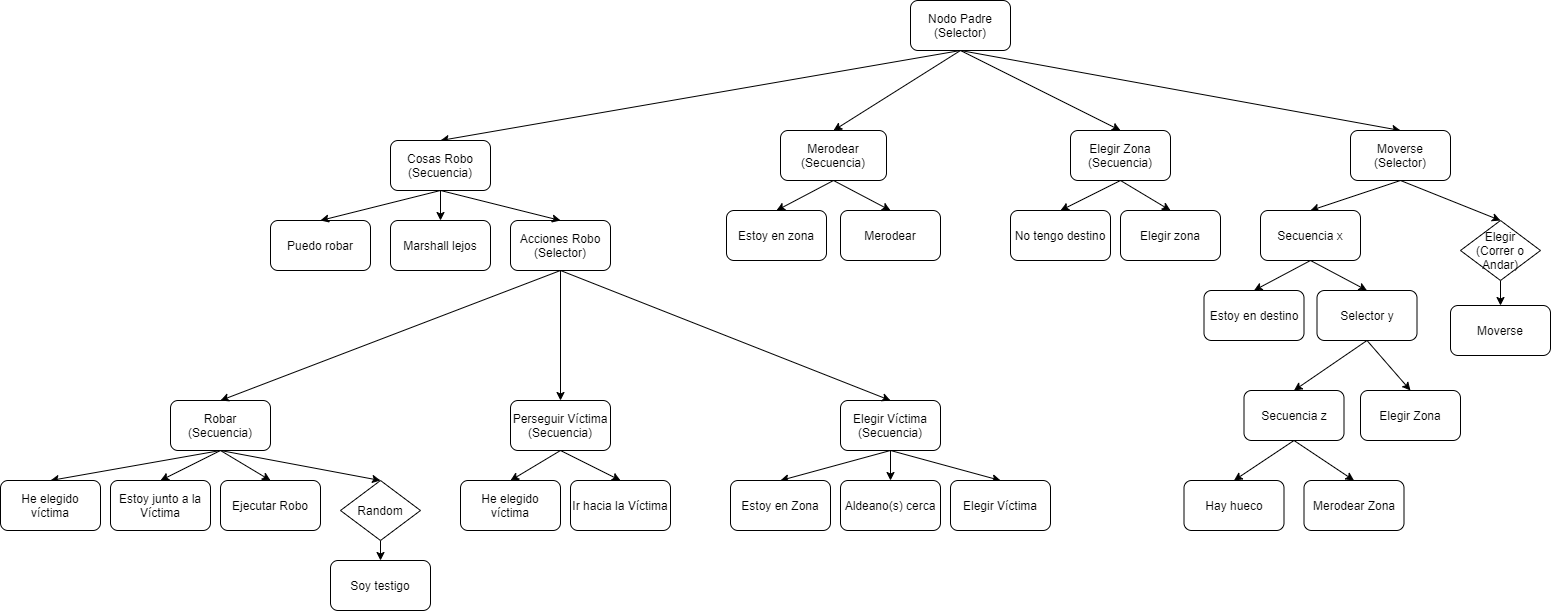
Above: Comportamiento de Personajes/Documentos/BehaviourTreeThief.png in lightningopal/Juegos-para-Web-y-Redes-Sociales---Unity (draw.io), before the change. Source tidied: cells renumbered, new cells last; positions are measured from the earlier drawing's top-left corner, leaving out a move shared by most shapes.
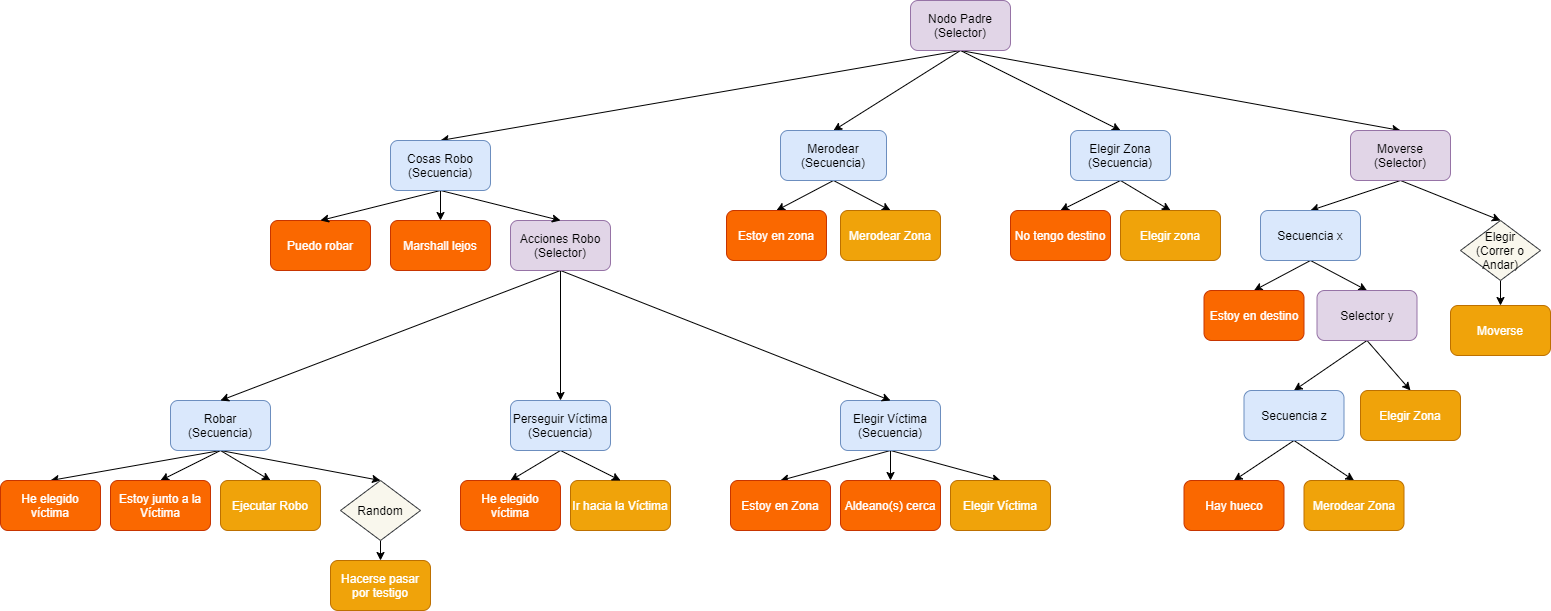
The same diagram one commit later.

Commit message:
[CDP] - Actualización de los árboles de comportamientos

Change to the diagram source:
```diff
@@ -14,7 +14,7 @@
     <mxCell id="5" style="edgeStyle=none;rounded=0;jettySize=auto;html=1;exitX=0.5;exitY=1;exitDx=0;exitDy=0;entryX=0.5;entryY=0;entryDx=0;entryDy=0;" parent="1" edge="1" source="6" target="52">
       <mxGeometry relative="1" as="geometry" />
     </mxCell>
-    <mxCell id="6" value="Nodo Padre&lt;br&gt;(Selector)" style="rounded=1;whiteSpace=wrap;html=1;" parent="1" vertex="1">
+    <mxCell id="6" value="Nodo Padre&lt;br&gt;(Selector)" style="rounded=1;whiteSpace=wrap;html=1;fillColor=#e1d5e7;strokeColor=#9673a6;" parent="1" vertex="1">
       <mxGeometry x="910" width="100" height="50" as="geometry" />
     </mxCell>
     <mxCell id="7" style="edgeStyle=none;rounded=0;jettySize=auto;html=1;exitX=0.5;exitY=1;exitDx=0;exitDy=0;entryX=0.5;entryY=0;entryDx=0;entryDy=0;" parent="1" edge="1" source="10" target="23">
@@ -26,7 +26,7 @@
     <mxCell id="9" style="edgeStyle=none;rounded=0;jettySize=auto;html=1;exitX=0.5;exitY=1;exitDx=0;exitDy=0;entryX=0.5;entryY=0;entryDx=0;entryDy=0;" parent="1" edge="1" source="10" target="21">
       <mxGeometry relative="1" as="geometry" />
     </mxCell>
-    <mxCell id="10" value="Elegir Víctima&lt;br&gt;(Secuencia)" style="rounded=1;whiteSpace=wrap;html=1;" parent="1" vertex="1">
+    <mxCell id="10" value="Elegir Víctima&lt;br&gt;(Secuencia)" style="rounded=1;whiteSpace=wrap;html=1;fillColor=#dae8fc;strokeColor=#6c8ebf;" parent="1" vertex="1">
       <mxGeometry x="840" y="400" width="100" height="50" as="geometry" />
     </mxCell>
     <mxCell id="11" style="edgeStyle=none;rounded=0;jettySize=auto;html=1;exitX=0.5;exitY=1;exitDx=0;exitDy=0;entryX=0.5;entryY=0;entryDx=0;entryDy=0;" parent="1" edge="1" source="13" target="17">
@@ -35,7 +35,7 @@
     <mxCell id="12" style="edgeStyle=none;rounded=0;jettySize=auto;html=1;exitX=0.5;exitY=1;exitDx=0;exitDy=0;entryX=0.5;entryY=0;entryDx=0;entryDy=0;" parent="1" edge="1" source="13" target="18">
       <mxGeometry relative="1" as="geometry" />
     </mxCell>
-    <mxCell id="13" value="Merodear&lt;br&gt;(Secuencia)" style="rounded=1;whiteSpace=wrap;html=1;" parent="1" vertex="1">
+    <mxCell id="13" value="Merodear&lt;br&gt;(Secuencia)" style="rounded=1;whiteSpace=wrap;html=1;fillColor=#dae8fc;strokeColor=#6c8ebf;" parent="1" vertex="1">
       <mxGeometry x="780" y="130" width="106" height="50" as="geometry" />
     </mxCell>
     <mxCell id="14" style="edgeStyle=none;rounded=0;jettySize=auto;html=1;exitX=0.5;exitY=1;exitDx=0;exitDy=0;entryX=0.5;entryY=0;entryDx=0;entryDy=0;" parent="1" edge="1" source="16" target="19">
@@ -44,34 +44,34 @@
     <mxCell id="15" style="edgeStyle=none;rounded=0;jettySize=auto;html=1;exitX=0.5;exitY=1;exitDx=0;exitDy=0;entryX=0.5;entryY=0;entryDx=0;entryDy=0;" parent="1" edge="1" source="16" target="20">
       <mxGeometry relative="1" as="geometry" />
     </mxCell>
-    <mxCell id="16" value="Elegir Zona&lt;br&gt;(Secuencia)" style="rounded=1;whiteSpace=wrap;html=1;" parent="1" vertex="1">
+    <mxCell id="16" value="Elegir Zona&lt;br&gt;(Secuencia)" style="rounded=1;whiteSpace=wrap;html=1;fillColor=#dae8fc;strokeColor=#6c8ebf;" parent="1" vertex="1">
       <mxGeometry x="1070" y="130" width="100" height="50" as="geometry" />
     </mxCell>
-    <mxCell id="17" value="Estoy en zona" style="rounded=1;whiteSpace=wrap;html=1;" parent="1" vertex="1">
+    <mxCell id="17" value="Estoy en zona" style="rounded=1;whiteSpace=wrap;html=1;fillColor=#fa6800;strokeColor=#C73500;fontColor=#ffffff;" parent="1" vertex="1">
       <mxGeometry x="726" y="210" width="100" height="50" as="geometry" />
     </mxCell>
-    <mxCell id="18" value="Merodear" style="rounded=1;whiteSpace=wrap;html=1;" parent="1" vertex="1">
+    <mxCell id="18" value="Merodear Zona" style="rounded=1;whiteSpace=wrap;html=1;fillColor=#f0a30a;strokeColor=#BD7000;fontColor=#ffffff;" parent="1" vertex="1">
       <mxGeometry x="840" y="210" width="100" height="50" as="geometry" />
     </mxCell>
-    <mxCell id="19" value="No tengo destino" style="rounded=1;whiteSpace=wrap;html=1;" parent="1" vertex="1">
+    <mxCell id="19" value="No tengo destino" style="rounded=1;whiteSpace=wrap;html=1;fillColor=#fa6800;strokeColor=#C73500;fontColor=#ffffff;" parent="1" vertex="1">
       <mxGeometry x="1010" y="210" width="100" height="50" as="geometry" />
     </mxCell>
-    <mxCell id="20" value="Elegir zona" style="rounded=1;whiteSpace=wrap;html=1;" parent="1" vertex="1">
+    <mxCell id="20" value="Elegir zona" style="rounded=1;whiteSpace=wrap;html=1;fillColor=#f0a30a;strokeColor=#BD7000;fontColor=#ffffff;" parent="1" vertex="1">
       <mxGeometry x="1120" y="210" width="100" height="50" as="geometry" />
     </mxCell>
-    <mxCell id="21" value="Elegir Víctima" style="rounded=1;whiteSpace=wrap;html=1;" parent="1" vertex="1">
+    <mxCell id="21" value="Elegir Víctima" style="rounded=1;whiteSpace=wrap;html=1;fillColor=#f0a30a;strokeColor=#BD7000;fontColor=#ffffff;" parent="1" vertex="1">
       <mxGeometry x="950" y="480" width="100" height="50" as="geometry" />
     </mxCell>
-    <mxCell id="22" value="Ir hacia la Víctima" style="rounded=1;whiteSpace=wrap;html=1;" parent="1" vertex="1">
+    <mxCell id="22" value="Ir hacia la Víctima" style="rounded=1;whiteSpace=wrap;html=1;fillColor=#f0a30a;strokeColor=#BD7000;fontColor=#ffffff;" parent="1" vertex="1">
       <mxGeometry x="570" y="480" width="100" height="50" as="geometry" />
     </mxCell>
-    <mxCell id="23" value="Estoy en Zona" style="rounded=1;whiteSpace=wrap;html=1;" parent="1" vertex="1">
+    <mxCell id="23" value="Estoy en Zona" style="rounded=1;whiteSpace=wrap;html=1;fillColor=#fa6800;strokeColor=#C73500;fontColor=#ffffff;" parent="1" vertex="1">
       <mxGeometry x="730" y="480" width="100" height="50" as="geometry" />
     </mxCell>
-    <mxCell id="24" value="Soy testigo" style="rounded=1;whiteSpace=wrap;html=1;" parent="1" vertex="1">
+    <mxCell id="24" value="Hacerse pasar por testigo" style="rounded=1;whiteSpace=wrap;html=1;fillColor=#f0a30a;strokeColor=#BD7000;fontColor=#ffffff;" parent="1" vertex="1">
       <mxGeometry x="330" y="560" width="100" height="50" as="geometry" />
     </mxCell>
-    <mxCell id="25" value="Aldeano(s) cerca" style="rounded=1;whiteSpace=wrap;html=1;" parent="1" vertex="1">
+    <mxCell id="25" value="Aldeano(s) cerca" style="rounded=1;whiteSpace=wrap;html=1;fillColor=#fa6800;strokeColor=#C73500;fontColor=#ffffff;" parent="1" vertex="1">
       <mxGeometry x="840" y="480" width="100" height="50" as="geometry" />
     </mxCell>
     <mxCell id="26" style="edgeStyle=none;rounded=0;jettySize=auto;html=1;exitX=0.5;exitY=1;exitDx=0;exitDy=0;entryX=0.5;entryY=0;entryDx=0;entryDy=0;" parent="1" edge="1" source="28" target="36">
@@ -80,7 +80,7 @@
     <mxCell id="27" style="edgeStyle=none;rounded=0;jettySize=auto;html=1;exitX=0.5;exitY=1;exitDx=0;exitDy=0;entryX=0.5;entryY=0;entryDx=0;entryDy=0;" parent="1" edge="1" source="28" target="22">
       <mxGeometry relative="1" as="geometry" />
     </mxCell>
-    <mxCell id="28" value="Perseguir Víctima&lt;br&gt;(Secuencia)" style="rounded=1;whiteSpace=wrap;html=1;" parent="1" vertex="1">
+    <mxCell id="28" value="Perseguir Víctima&lt;br&gt;(Secuencia)" style="rounded=1;whiteSpace=wrap;html=1;fillColor=#dae8fc;strokeColor=#6c8ebf;" parent="1" vertex="1">
       <mxGeometry x="510" y="400" width="100" height="50" as="geometry" />
     </mxCell>
     <mxCell id="29" style="edgeStyle=none;rounded=0;jettySize=auto;html=1;exitX=0.5;exitY=1;exitDx=0;exitDy=0;entryX=0.5;entryY=0;entryDx=0;entryDy=0;" parent="1" edge="1" source="33" target="49">
@@ -95,19 +95,19 @@
     <mxCell id="32" style="edgeStyle=none;rounded=0;jettySize=auto;html=1;exitX=0.5;exitY=1;exitDx=0;exitDy=0;entryX=0.5;entryY=0;entryDx=0;entryDy=0;" parent="1" edge="1" source="33" target="47">
       <mxGeometry relative="1" as="geometry" />
     </mxCell>
-    <mxCell id="33" value="Robar&lt;br&gt;(Secuencia)" style="rounded=1;whiteSpace=wrap;html=1;" parent="1" vertex="1">
+    <mxCell id="33" value="Robar&lt;br&gt;(Secuencia)" style="rounded=1;whiteSpace=wrap;html=1;fillColor=#dae8fc;strokeColor=#6c8ebf;" parent="1" vertex="1">
       <mxGeometry x="170" y="400" width="100" height="50" as="geometry" />
     </mxCell>
-    <mxCell id="34" value="Estoy junto a la Víctima" style="rounded=1;whiteSpace=wrap;html=1;" parent="1" vertex="1">
+    <mxCell id="34" value="Estoy junto a la Víctima" style="rounded=1;whiteSpace=wrap;html=1;fillColor=#fa6800;strokeColor=#C73500;fontColor=#ffffff;" parent="1" vertex="1">
       <mxGeometry x="110" y="480" width="100" height="50" as="geometry" />
     </mxCell>
-    <mxCell id="35" value="Ejecutar Robo" style="rounded=1;whiteSpace=wrap;html=1;" parent="1" vertex="1">
+    <mxCell id="35" value="Ejecutar Robo" style="rounded=1;whiteSpace=wrap;html=1;fillColor=#f0a30a;strokeColor=#BD7000;fontColor=#ffffff;" parent="1" vertex="1">
       <mxGeometry x="220" y="480" width="100" height="50" as="geometry" />
     </mxCell>
-    <mxCell id="36" value="He elegido víctima" style="rounded=1;whiteSpace=wrap;html=1;" parent="1" vertex="1">
+    <mxCell id="36" value="He elegido víctima" style="rounded=1;whiteSpace=wrap;html=1;fillColor=#fa6800;strokeColor=#C73500;fontColor=#ffffff;" parent="1" vertex="1">
       <mxGeometry x="460" y="480" width="100" height="50" as="geometry" />
     </mxCell>
-    <mxCell id="37" value="Puedo robar" style="rounded=1;whiteSpace=wrap;html=1;" parent="1" vertex="1">
+    <mxCell id="37" value="Puedo robar" style="rounded=1;whiteSpace=wrap;html=1;fillColor=#fa6800;strokeColor=#C73500;fontColor=#ffffff;" parent="1" vertex="1">
       <mxGeometry x="270" y="220" width="100" height="50" as="geometry" />
     </mxCell>
     <mxCell id="38" style="edgeStyle=none;rounded=0;jettySize=auto;html=1;exitX=0.5;exitY=1;exitDx=0;exitDy=0;entryX=0.5;entryY=0;entryDx=0;entryDy=0;" parent="1" edge="1" source="41" target="33">
@@ -119,7 +119,7 @@
     <mxCell id="40" style="edgeStyle=none;rounded=0;jettySize=auto;html=1;exitX=0.5;exitY=1;exitDx=0;exitDy=0;entryX=0.5;entryY=0;entryDx=0;entryDy=0;" parent="1" edge="1" source="41" target="10">
       <mxGeometry relative="1" as="geometry" />
     </mxCell>
-    <mxCell id="41" value="Acciones Robo&lt;br&gt;(Selector)" style="rounded=1;whiteSpace=wrap;html=1;" parent="1" vertex="1">
+    <mxCell id="41" value="Acciones Robo&lt;br&gt;(Selector)" style="rounded=1;whiteSpace=wrap;html=1;fillColor=#e1d5e7;strokeColor=#9673a6;" parent="1" vertex="1">
       <mxGeometry x="510" y="220" width="100" height="50" as="geometry" />
     </mxCell>
     <mxCell id="42" style="edgeStyle=none;rounded=0;jettySize=auto;html=1;exitX=0.5;exitY=1;exitDx=0;exitDy=0;entryX=0.5;entryY=0;entryDx=0;entryDy=0;" parent="1" edge="1" source="45" target="37">
@@ -131,19 +131,19 @@
     <mxCell id="44" style="edgeStyle=none;rounded=0;jettySize=auto;html=1;exitX=0.5;exitY=1;exitDx=0;exitDy=0;entryX=0.5;entryY=0;entryDx=0;entryDy=0;" parent="1" edge="1" source="45" target="41">
       <mxGeometry relative="1" as="geometry" />
     </mxCell>
-    <mxCell id="45" value="Cosas Robo&lt;br&gt;(Secuencia)" style="rounded=1;whiteSpace=wrap;html=1;" parent="1" vertex="1">
+    <mxCell id="45" value="Cosas Robo&lt;br&gt;(Secuencia)" style="rounded=1;whiteSpace=wrap;html=1;fillColor=#dae8fc;strokeColor=#6c8ebf;" parent="1" vertex="1">
       <mxGeometry x="390" y="140" width="100" height="50" as="geometry" />
     </mxCell>
-    <mxCell id="46" value="Marshall lejos" style="rounded=1;whiteSpace=wrap;html=1;" parent="1" vertex="1">
+    <mxCell id="46" value="Marshall lejos" style="rounded=1;whiteSpace=wrap;html=1;fillColor=#fa6800;strokeColor=#C73500;fontColor=#ffffff;" parent="1" vertex="1">
       <mxGeometry x="390" y="220" width="100" height="50" as="geometry" />
     </mxCell>
-    <mxCell id="47" value="He elegido víctima" style="rounded=1;whiteSpace=wrap;html=1;" parent="1" vertex="1">
+    <mxCell id="47" value="He elegido víctima" style="rounded=1;whiteSpace=wrap;html=1;fillColor=#fa6800;strokeColor=#C73500;fontColor=#ffffff;" parent="1" vertex="1">
       <mxGeometry y="480" width="100" height="50" as="geometry" />
     </mxCell>
     <mxCell id="48" style="edgeStyle=orthogonalEdgeStyle;rounded=0;jettySize=auto;html=1;exitX=0.5;exitY=1;exitDx=0;exitDy=0;entryX=0.5;entryY=0;entryDx=0;entryDy=0;" parent="1" edge="1" source="49" target="24">
       <mxGeometry relative="1" as="geometry" />
     </mxCell>
-    <mxCell id="49" value="Random" style="rhombus;whiteSpace=wrap;html=1;" parent="1" vertex="1">
+    <mxCell id="49" value="Random" style="rhombus;whiteSpace=wrap;html=1;fillColor=#f9f7ed;strokeColor=#36393d;" parent="1" vertex="1">
       <mxGeometry x="340" y="480" width="80" height="60" as="geometry" />
     </mxCell>
     <mxCell id="50" style="edgeStyle=none;rounded=0;jettySize=auto;html=1;exitX=0.5;exitY=1;exitDx=0;exitDy=0;entryX=0.5;entryY=0;entryDx=0;entryDy=0;" parent="1" edge="1" source="52" target="57">
@@ -152,7 +152,7 @@
     <mxCell id="51" style="edgeStyle=none;rounded=0;jettySize=auto;html=1;exitX=0.5;exitY=1;exitDx=0;exitDy=0;entryX=0.5;entryY=0;entryDx=0;entryDy=0;" parent="1" edge="1" source="52" target="55">
       <mxGeometry relative="1" as="geometry" />
     </mxCell>
-    <mxCell id="52" value="Moverse&lt;br&gt;(Selector)" style="rounded=1;whiteSpace=wrap;html=1;" parent="1" vertex="1">
+    <mxCell id="52" value="Moverse&lt;br&gt;(Selector)" style="rounded=1;whiteSpace=wrap;html=1;fillColor=#e1d5e7;strokeColor=#9673a6;" parent="1" vertex="1">
       <mxGeometry x="1350" y="130" width="100" height="50" as="geometry" />
     </mxCell>
     <mxCell id="53" style="edgeStyle=none;rounded=0;jettySize=auto;html=1;exitX=0.5;exitY=1;exitDx=0;exitDy=0;entryX=0.5;entryY=0;entryDx=0;entryDy=0;" parent="1" edge="1" source="55" target="58">
@@ -161,16 +161,16 @@
     <mxCell id="54" style="edgeStyle=none;rounded=0;jettySize=auto;html=1;exitX=0.5;exitY=1;exitDx=0;exitDy=0;entryX=0.5;entryY=0;entryDx=0;entryDy=0;" parent="1" edge="1" source="55" target="61">
       <mxGeometry relative="1" as="geometry" />
     </mxCell>
-    <mxCell id="55" value="Secuencia x" style="rounded=1;whiteSpace=wrap;html=1;" parent="1" vertex="1">
+    <mxCell id="55" value="Secuencia x" style="rounded=1;whiteSpace=wrap;html=1;fillColor=#dae8fc;strokeColor=#6c8ebf;" parent="1" vertex="1">
       <mxGeometry x="1260" y="210" width="100" height="50" as="geometry" />
     </mxCell>
     <mxCell id="56" style="edgeStyle=orthogonalEdgeStyle;rounded=0;jettySize=auto;html=1;exitX=0.5;exitY=1;exitDx=0;exitDy=0;entryX=0.5;entryY=0;entryDx=0;entryDy=0;" parent="1" edge="1" source="57" target="62">
       <mxGeometry relative="1" as="geometry" />
     </mxCell>
-    <mxCell id="57" value="Elegir&lt;br&gt;(Correr o Andar)" style="rhombus;whiteSpace=wrap;html=1;" parent="1" vertex="1">
+    <mxCell id="57" value="Elegir&lt;br&gt;(Correr o Andar)" style="rhombus;whiteSpace=wrap;html=1;fillColor=#f9f7ed;strokeColor=#36393d;" parent="1" vertex="1">
       <mxGeometry x="1460" y="220" width="80" height="60" as="geometry" />
     </mxCell>
-    <mxCell id="58" value="Estoy en destino" style="rounded=1;whiteSpace=wrap;html=1;" parent="1" vertex="1">
+    <mxCell id="58" value="Estoy en destino" style="rounded=1;whiteSpace=wrap;html=1;fillColor=#fa6800;strokeColor=#C73500;fontColor=#ffffff;" parent="1" vertex="1">
       <mxGeometry x="1203.5" y="290" width="100" height="50" as="geometry" />
     </mxCell>
     <mxCell id="59" style="edgeStyle=none;rounded=0;jettySize=auto;html=1;exitX=0.5;exitY=1;exitDx=0;exitDy=0;entryX=0.5;entryY=0;entryDx=0;entryDy=0;" parent="1" edge="1" source="61" target="65">
@@ -179,10 +179,10 @@
     <mxCell id="60" style="edgeStyle=none;rounded=0;jettySize=auto;html=1;exitX=0.5;exitY=1;exitDx=0;exitDy=0;entryX=0.5;entryY=0;entryDx=0;entryDy=0;" parent="1" edge="1" source="61" target="66">
       <mxGeometry relative="1" as="geometry" />
     </mxCell>
-    <mxCell id="61" value="Selector y" style="rounded=1;whiteSpace=wrap;html=1;" parent="1" vertex="1">
+    <mxCell id="61" value="Selector y" style="rounded=1;whiteSpace=wrap;html=1;fillColor=#e1d5e7;strokeColor=#9673a6;" parent="1" vertex="1">
       <mxGeometry x="1316.5" y="290" width="100" height="50" as="geometry" />
     </mxCell>
-    <mxCell id="62" value="Moverse" style="rounded=1;whiteSpace=wrap;html=1;" parent="1" vertex="1">
+    <mxCell id="62" value="Moverse" style="rounded=1;whiteSpace=wrap;html=1;fillColor=#f0a30a;strokeColor=#BD7000;fontColor=#ffffff;" parent="1" vertex="1">
       <mxGeometry x="1450" y="305" width="100" height="50" as="geometry" />
     </mxCell>
     <mxCell id="63" style="edgeStyle=none;rounded=0;jettySize=auto;html=1;exitX=0.5;exitY=1;exitDx=0;exitDy=0;entryX=0.5;entryY=0;entryDx=0;entryDy=0;" parent="1" edge="1" source="65" target="67">
@@ -191,16 +191,16 @@
     <mxCell id="64" style="edgeStyle=none;rounded=0;jettySize=auto;html=1;exitX=0.5;exitY=1;exitDx=0;exitDy=0;entryX=0.5;entryY=0;entryDx=0;entryDy=0;" parent="1" edge="1" source="65" target="68">
       <mxGeometry relative="1" as="geometry" />
     </mxCell>
-    <mxCell id="65" value="Secuencia z" style="rounded=1;whiteSpace=wrap;html=1;" parent="1" vertex="1">
+    <mxCell id="65" value="Secuencia z" style="rounded=1;whiteSpace=wrap;html=1;fillColor=#dae8fc;strokeColor=#6c8ebf;" parent="1" vertex="1">
       <mxGeometry x="1243.5" y="390" width="100" height="50" as="geometry" />
     </mxCell>
-    <mxCell id="66" value="Elegir Zona" style="rounded=1;whiteSpace=wrap;html=1;" parent="1" vertex="1">
+    <mxCell id="66" value="Elegir Zona" style="rounded=1;whiteSpace=wrap;html=1;fillColor=#f0a30a;strokeColor=#BD7000;fontColor=#ffffff;" parent="1" vertex="1">
       <mxGeometry x="1360" y="390" width="100" height="50" as="geometry" />
     </mxCell>
-    <mxCell id="67" value="Hay hueco" style="rounded=1;whiteSpace=wrap;html=1;" parent="1" vertex="1">
+    <mxCell id="67" value="Hay hueco" style="rounded=1;whiteSpace=wrap;html=1;fillColor=#fa6800;strokeColor=#C73500;fontColor=#ffffff;" parent="1" vertex="1">
       <mxGeometry x="1183.5" y="480" width="100" height="50" as="geometry" />
     </mxCell>
-    <mxCell id="68" value="Merodear Zona" style="rounded=1;whiteSpace=wrap;html=1;" parent="1" vertex="1">
+    <mxCell id="68" value="Merodear Zona" style="rounded=1;whiteSpace=wrap;html=1;fillColor=#f0a30a;strokeColor=#BD7000;fontColor=#ffffff;" parent="1" vertex="1">
       <mxGeometry x="1303.5" y="480" width="100" height="50" as="geometry" />
     </mxCell>
   </root>
```
